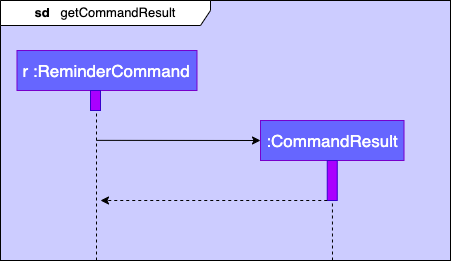
This is docs/images/getCommandResultReferenceDiagram.png from yapdianhao/main, a draw.io export, as it was before one commit. Source tidied: cells renumbered, new cells last; positions are measured from the earlier drawing's top-left corner, leaving out a move shared by most shapes.
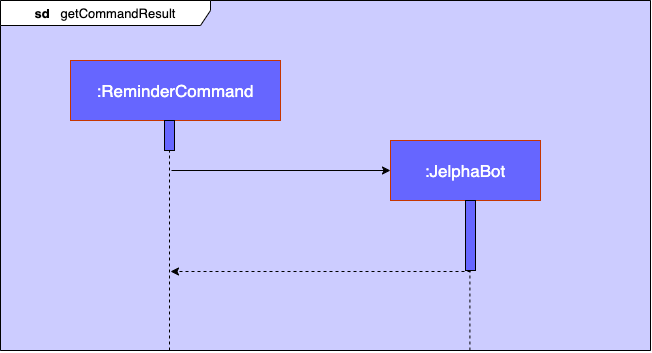
The same diagram one commit later.

The edit, as a diff of the source:
```diff
@@ -2,45 +2,47 @@
   <root>
     <mxCell id="0" />
     <mxCell id="1" parent="0" />
-    <mxCell id="2" style="rounded=0;whiteSpace=wrap;html=1;fillColor=#CCCCFF;" parent="1" vertex="1">
-      <mxGeometry width="450" height="260" as="geometry" />
+    <mxCell id="2" style="rounded=0;whiteSpace=wrap;html=1;fillColor=#CCCCFF;strokeColor=#6c8ebf;" parent="1" vertex="1">
+      <mxGeometry width="650" height="350" as="geometry" />
     </mxCell>
     <mxCell id="3" value="&lt;b&gt;sd&lt;/b&gt;&amp;nbsp; &amp;nbsp;getCommandResult" style="shape=umlFrame;whiteSpace=wrap;html=1;fontSize=13;width=210;height=25;align=center;" parent="1" vertex="1">
-      <mxGeometry width="450" height="260" as="geometry" />
+      <mxGeometry width="650" height="350" as="geometry" />
     </mxCell>
-    <mxCell id="4" value="r :ReminderCommand" style="rounded=0;whiteSpace=wrap;html=1;fontFamily=Helvetica;fillColor=#6666FF;strokeColor=#7700CC;fontColor=#ffffff;fontSize=17;" parent="1" vertex="1">
-      <mxGeometry x="16.5" y="50" width="180" height="40" as="geometry" />
-    </mxCell>
-    <mxCell id="5" style="rounded=0;whiteSpace=wrap;html=1;fontFamily=Helvetica;fillColor=#aa00ff;strokeColor=#3700CC;fontColor=#ffffff;fontSize=17;" parent="1" vertex="1">
-      <mxGeometry x="90" y="90" width="10" height="20" as="geometry" />
-    </mxCell>
-    <mxCell id="6" style="endArrow=none;dashed=1;html=1;" parent="1" edge="1">
-      <mxGeometry relative="1" as="geometry">
-        <mxPoint x="96" y="260" as="sourcePoint" />
-        <mxPoint x="96" y="110" as="targetPoint" />
-      </mxGeometry>
-    </mxCell>
-    <mxCell id="7" style="endArrow=classic;html=1;entryX=0;entryY=0.5;entryDx=0;entryDy=0;" parent="1" edge="1" target="8">
-      <mxGeometry relative="1" as="geometry">
-        <mxPoint x="96" y="139.9" as="sourcePoint" />
-      </mxGeometry>
-    </mxCell>
-    <mxCell id="8" value=":CommandResult" style="rounded=0;whiteSpace=wrap;html=1;fontFamily=Helvetica;fillColor=#6666FF;strokeColor=#7700CC;fontColor=#ffffff;fontSize=17;" parent="1" vertex="1">
-      <mxGeometry x="260" y="120" width="143.5" height="40" as="geometry" />
-    </mxCell>
-    <mxCell id="9" style="rounded=0;whiteSpace=wrap;html=1;fontFamily=Helvetica;fillColor=#aa00ff;strokeColor=#3700CC;fontColor=#ffffff;fontSize=17;" parent="1" vertex="1">
-      <mxGeometry x="326.8" y="160" width="10" height="40" as="geometry" />
-    </mxCell>
-    <mxCell id="10" style="endArrow=none;dashed=1;html=1;" parent="1" edge="1">
-      <mxGeometry relative="1" as="geometry">
-        <mxPoint x="332" y="260" as="sourcePoint" />
-        <mxPoint x="331.9" y="200" as="targetPoint" />
-      </mxGeometry>
-    </mxCell>
-    <mxCell id="11" style="endArrow=classic;html=1;exitX=0;exitY=1;exitDx=0;exitDy=0;dashed=1;" parent="1" edge="1" source="9">
-      <mxGeometry relative="1" as="geometry">
-        <mxPoint x="100" y="200" as="targetPoint" />
-      </mxGeometry>
-    </mxCell>
+    <mxCell id="12" value=":ReminderCommand" style="rounded=0;whiteSpace=wrap;html=1;fontFamily=Helvetica;fillColor=#6666FF;strokeColor=#C73500;fontColor=#ffffff;fontSize=17;" parent="1" vertex="1">
+      <mxGeometry x="70" y="60" width="210" height="60" as="geometry" />
+    </mxCell>
+    <mxCell id="13" value=":JelphaBot" style="rounded=0;whiteSpace=wrap;html=1;fontFamily=Helvetica;fillColor=#6666FF;strokeColor=#C73500;fontColor=#ffffff;fontSize=17;" parent="1" vertex="1">
+      <mxGeometry x="390" y="140" width="150" height="60" as="geometry" />
+    </mxCell>
+    <mxCell id="14" style="endArrow=none;dashed=1;html=1;" parent="1" edge="1">
+      <mxGeometry relative="1" as="geometry">
+        <mxPoint x="169" y="350" as="sourcePoint" />
+        <mxPoint x="169" y="150" as="targetPoint" />
+      </mxGeometry>
+    </mxCell>
+    <mxCell id="15" style="endArrow=classic;html=1;entryX=0.25;entryY=0;entryDx=0;entryDy=0;" parent="1" edge="1">
+      <mxGeometry relative="1" as="geometry">
+        <mxPoint x="171" y="170" as="sourcePoint" />
+        <mxPoint x="390" y="170" as="targetPoint" />
+      </mxGeometry>
+    </mxCell>
+    <mxCell id="16" style="endArrow=classic;html=1;dashed=1;fontSize=16;" parent="1" edge="1">
+      <mxGeometry relative="1" as="geometry">
+        <mxPoint x="470" y="271" as="sourcePoint" />
+        <mxPoint x="170" y="271" as="targetPoint" />
+      </mxGeometry>
+    </mxCell>
+    <mxCell id="17" style="rounded=0;whiteSpace=wrap;html=1;fillColor=#6666FF;" parent="1" vertex="1">
+      <mxGeometry x="465" y="200" width="10" height="70" as="geometry" />
+    </mxCell>
+    <mxCell id="18" style="endArrow=none;dashed=1;html=1;" parent="1" edge="1">
+      <mxGeometry relative="1" as="geometry">
+        <mxPoint x="469.4" y="350" as="sourcePoint" />
+        <mxPoint x="469.4" y="270" as="targetPoint" />
+      </mxGeometry>
+    </mxCell>
+    <mxCell id="19" style="rounded=0;whiteSpace=wrap;html=1;fillColor=#6666FF;" parent="1" vertex="1">
+      <mxGeometry x="164" y="120" width="10" height="30" as="geometry" />
+    </mxCell>
   </root>
 </mxGraphModel>
```
